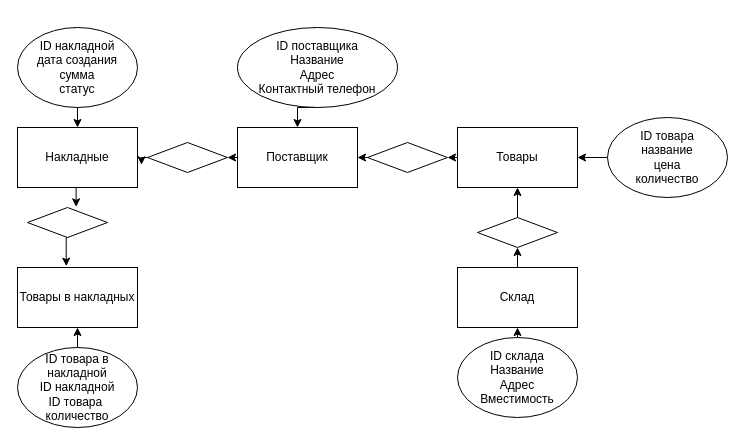
This is Диаграмма без названия.drawio from dulumdomdom/bd2024, a draw.io file, before an edit. Source tidied: cells renumbered, new cells numbered last; positions are measured from the earlier drawing's top-left corner, leaving out a move shared by most shapes. Both pictures are drawn from the tidied source at 100%, with x=0, y=0 at pixel (17, 27).
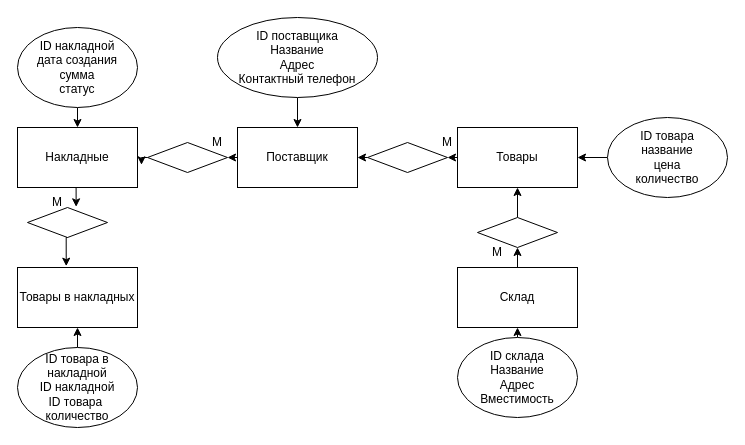
After the change.

The edit, as a diff of the source:
```diff
@@
     <mxCell id="21" value="ID поставщика&lt;br&gt;Название&lt;br&gt;Адрес&lt;br&gt;Контактный телефон" style="ellipse;whiteSpace=wrap;html=1;" parent="1" vertex="1">
-      <mxGeometry x="220" width="160" height="80" as="geometry" />
+      <mxGeometry x="200" y="-10" width="160" height="80" as="geometry" />
     </mxCell>
@@
+    <mxCell id="29" value="М" style="text;html=1;strokeColor=none;fillColor=none;align=center;verticalAlign=middle;whiteSpace=wrap;rounded=0;" parent="1" vertex="1">
+      <mxGeometry x="450" y="210" width="60" height="30" as="geometry" />
+    </mxCell>
+    <mxCell id="30" value="М" style="text;html=1;strokeColor=none;fillColor=none;align=center;verticalAlign=middle;whiteSpace=wrap;rounded=0;" parent="1" vertex="1">
+      <mxGeometry x="400" y="100" width="60" height="30" as="geometry" />
+    </mxCell>
+    <mxCell id="31" value="М" style="text;html=1;strokeColor=none;fillColor=none;align=center;verticalAlign=middle;whiteSpace=wrap;rounded=0;" parent="1" vertex="1">
+      <mxGeometry x="170" y="100" width="60" height="30" as="geometry" />
+    </mxCell>
+    <mxCell id="32" value="М" style="text;html=1;strokeColor=none;fillColor=none;align=center;verticalAlign=middle;whiteSpace=wrap;rounded=0;" parent="1" vertex="1">
+      <mxGeometry x="10" y="160" width="60" height="30" as="geometry" />
+    </mxCell>
```
